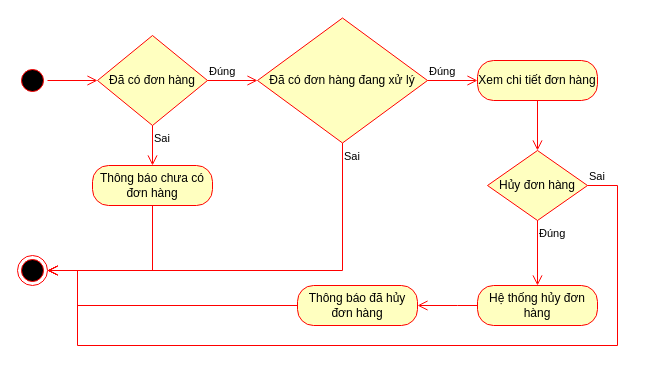
Earlier version of the draw.io diagram Mô hình/Activity/Theo dõi đơn hàng.drawio (LammVuu/DATT). Source tidied: cells renumbered, new cells numbered last; positions are measured from the earlier drawing's top-left corner, leaving out a move shared by most shapes. Both pictures are drawn from the tidied source at 100%, with x=0, y=0 at pixel (17, 17).
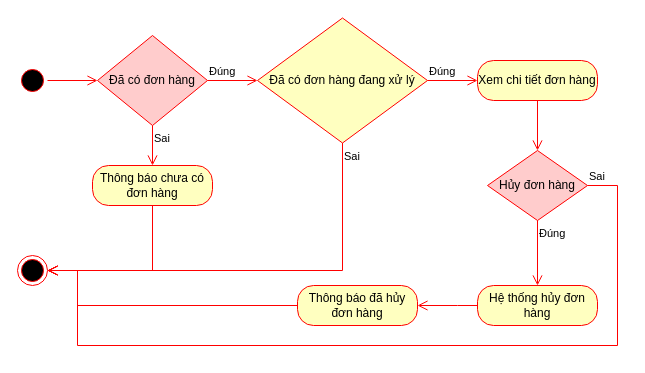
After the change.

Change to the diagram source:
```diff
@@
-    <mxCell id="5" value="Đã có đơn hàng" style="rhombus;whiteSpace=wrap;html=1;fillColor=#ffffc0;strokeColor=#ff0000;" parent="1" vertex="1">
+    <mxCell id="5" value="Đã có đơn hàng" style="rhombus;whiteSpace=wrap;html=1;fillColor=#FFCCCC;strokeColor=#ff0000;" parent="1" vertex="1">
       <mxGeometry x="80" y="18" width="110" height="90" as="geometry" />
     </mxCell>
@@
-    <mxCell id="15" value="Hủy đơn hàng" style="rhombus;whiteSpace=wrap;html=1;fillColor=#ffffc0;strokeColor=#ff0000;" parent="1" vertex="1">
+    <mxCell id="15" value="Hủy đơn hàng" style="rhombus;whiteSpace=wrap;html=1;fillColor=#FFCCCC;strokeColor=#ff0000;" parent="1" vertex="1">
       <mxGeometry x="470" y="133" width="100" height="70" as="geometry" />
     </mxCell>
```
